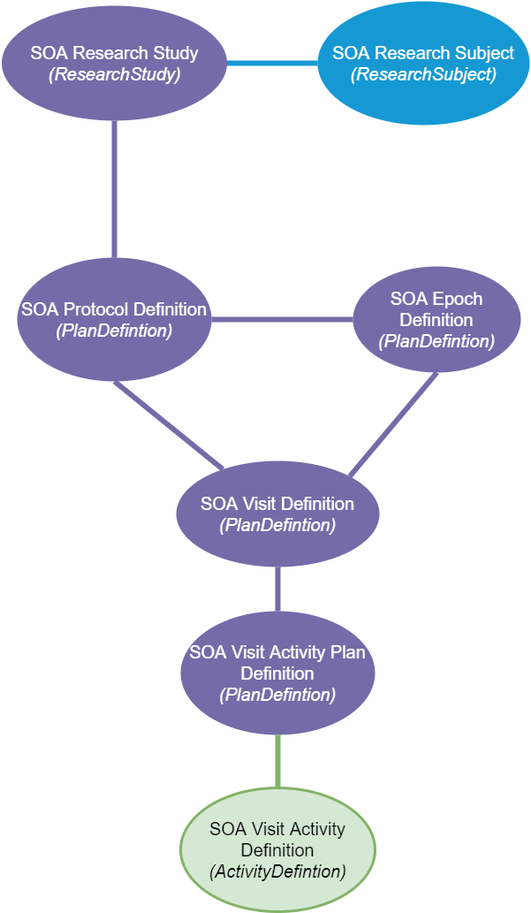
Above: ScheduleOfActivityIG/input/images/FHIR.png in phuse-org/fhir-schedule-of-activities-ig (draw.io), before the change. Source tidied: cells renumbered, new cells last; positions are measured from the earlier drawing's top-left corner, leaving out a move shared by most shapes.
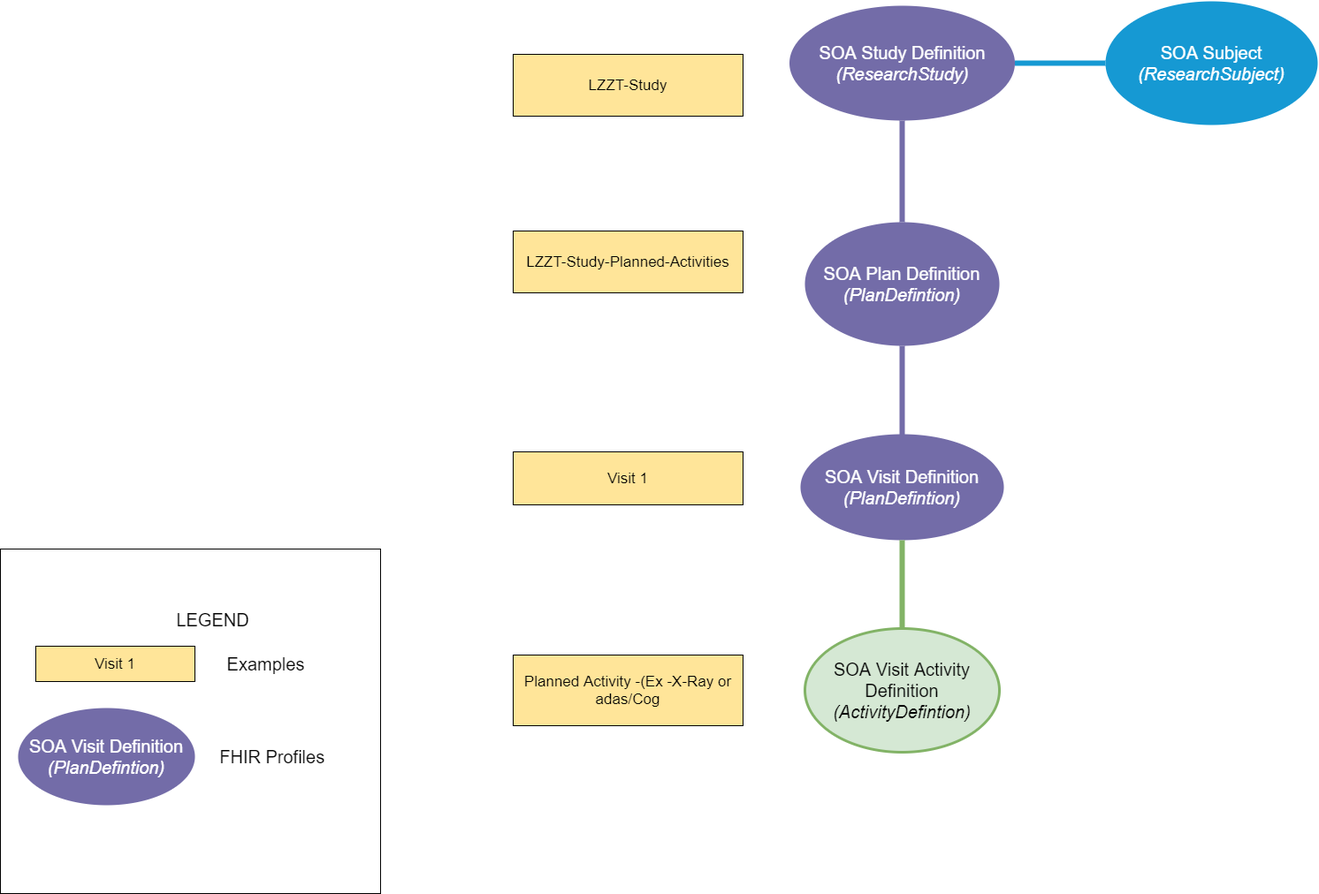
The same diagram one commit later.

Diff of the diagram source:
```diff
@@ -2,47 +2,64 @@
   <root>
     <mxCell id="0" />
     <mxCell id="1" parent="0" />
+    <mxCell id="16" style="rounded=0;whiteSpace=wrap;html=1;" parent="1" vertex="1">
+      <mxGeometry x="-892" y="620" width="430" height="390" as="geometry" />
+    </mxCell>
     <mxCell id="2" style="endArrow=none;strokeWidth=6;strokeColor=#1699D3;html=1;exitX=1;exitY=0.5;exitDx=0;exitDy=0;entryX=0;entryY=0.5;entryDx=0;entryDy=0;" parent="1" edge="1" source="4" target="7">
       <mxGeometry relative="1" as="geometry" />
     </mxCell>
     <mxCell id="3" style="endArrow=none;strokeWidth=6;strokeColor=#736ca8;html=1;entryX=0.5;entryY=0;entryDx=0;entryDy=0;exitX=0.5;exitY=1;exitDx=0;exitDy=0;" parent="1" edge="1" source="4" target="5">
       <mxGeometry relative="1" as="geometry" />
     </mxCell>
-    <mxCell id="4" value="SOA Research Study&lt;br&gt;&lt;i&gt;(ResearchStudy)&lt;/i&gt;" style="ellipse;whiteSpace=wrap;html=1;shadow=0;fontFamily=Helvetica;fontSize=20;align=center;strokeWidth=3;fillColor=#736ca8;strokeColor=none;fontColor=#FFFFFF;" parent="1" vertex="1">
+    <mxCell id="4" value="SOA Study Definition&lt;br&gt;&lt;i&gt;(ResearchStudy)&lt;/i&gt;" style="ellipse;whiteSpace=wrap;html=1;shadow=0;fontFamily=Helvetica;fontSize=20;align=center;strokeWidth=3;fillColor=#736ca8;strokeColor=none;fontColor=#FFFFFF;" parent="1" vertex="1">
       <mxGeometry x="0.5" y="5" width="255" height="130" as="geometry" />
     </mxCell>
-    <mxCell id="5" value="SOA Protocol Definition&lt;br&gt;&lt;i&gt;(PlanDefintion)&lt;/i&gt;" style="ellipse;whiteSpace=wrap;html=1;shadow=0;fontFamily=Helvetica;fontSize=20;fontColor=#FFFFFF;align=center;strokeWidth=3;fillColor=#736ca8;strokeColor=none;" parent="1" vertex="1">
-      <mxGeometry x="18" y="290" width="220" height="140" as="geometry" />
+    <mxCell id="5" value="SOA Plan Definition&lt;br&gt;&lt;i&gt;(PlanDefintion)&lt;/i&gt;" style="ellipse;whiteSpace=wrap;html=1;shadow=0;fontFamily=Helvetica;fontSize=20;fontColor=#FFFFFF;align=center;strokeWidth=3;fillColor=#736ca8;strokeColor=none;" parent="1" vertex="1">
+      <mxGeometry x="18" y="250" width="220" height="140" as="geometry" />
     </mxCell>
-    <mxCell id="6" value="SOA Epoch Definition&lt;br&gt;&lt;i&gt;(PlanDefintion)&lt;/i&gt;" style="ellipse;whiteSpace=wrap;html=1;shadow=0;fontFamily=Helvetica;fontSize=20;fontColor=#FFFFFF;align=center;strokeWidth=3;fillColor=#736ca8;strokeColor=none;" parent="1" vertex="1">
-      <mxGeometry x="398" y="300" width="190" height="120" as="geometry" />
-    </mxCell>
-    <mxCell id="7" value="SOA Research Subject&lt;i&gt;&lt;br&gt;(ResearchSubject)&lt;/i&gt;" style="ellipse;whiteSpace=wrap;html=1;shadow=0;fontFamily=Helvetica;fontSize=20;fontColor=#FFFFFF;align=center;strokeWidth=3;fillColor=#1699D3;strokeColor=none;" parent="1" vertex="1">
+    <mxCell id="7" value="SOA Subject&lt;i&gt;&lt;br&gt;(ResearchSubject)&lt;/i&gt;" style="ellipse;whiteSpace=wrap;html=1;shadow=0;fontFamily=Helvetica;fontSize=20;fontColor=#FFFFFF;align=center;strokeWidth=3;fillColor=#1699D3;strokeColor=none;" parent="1" vertex="1">
       <mxGeometry x="358" width="240" height="140" as="geometry" />
     </mxCell>
     <mxCell id="8" value="SOA Visit Definition&lt;br&gt;&lt;i&gt;(PlanDefintion)&lt;/i&gt;" style="ellipse;whiteSpace=wrap;html=1;shadow=0;fontFamily=Helvetica;fontSize=20;fontColor=#FFFFFF;align=center;strokeWidth=3;fillColor=#736ca8;strokeColor=none;" parent="1" vertex="1">
-      <mxGeometry x="198" y="520" width="230" height="120" as="geometry" />
+      <mxGeometry x="13" y="490" width="230" height="120" as="geometry" />
     </mxCell>
-    <mxCell id="9" style="endArrow=none;strokeWidth=6;strokeColor=#736ca8;html=1;entryX=1;entryY=0.5;entryDx=0;entryDy=0;exitX=0;exitY=0.5;exitDx=0;exitDy=0;" parent="1" edge="1" source="6" target="5">
-      <mxGeometry relative="1" as="geometry" />
-    </mxCell>
-    <mxCell id="10" style="endArrow=none;strokeWidth=6;strokeColor=#736ca8;html=1;entryX=1;entryY=0;entryDx=0;entryDy=0;exitX=0.5;exitY=1;exitDx=0;exitDy=0;" parent="1" edge="1" source="6" target="8">
-      <mxGeometry relative="1" as="geometry" />
-    </mxCell>
-    <mxCell id="11" style="endArrow=none;strokeWidth=6;strokeColor=#736ca8;html=1;entryX=0.5;entryY=1;entryDx=0;entryDy=0;" parent="1" edge="1" source="8" target="5">
-      <mxGeometry relative="1" as="geometry" />
-    </mxCell>
-    <mxCell id="12" value="SOA Visit Activity Plan Definition&lt;br&gt;&lt;i&gt;(PlanDefintion)&lt;/i&gt;" style="ellipse;whiteSpace=wrap;html=1;shadow=0;fontFamily=Helvetica;fontSize=20;fontColor=#FFFFFF;align=center;strokeWidth=3;fillColor=#736ca8;strokeColor=none;" parent="1" vertex="1">
-      <mxGeometry x="203" y="690" width="220" height="140" as="geometry" />
-    </mxCell>
     <mxCell id="13" value="SOA Visit Activity Definition&lt;br&gt;&lt;i&gt;(ActivityDefintion)&lt;/i&gt;" style="ellipse;whiteSpace=wrap;html=1;shadow=0;fontFamily=Helvetica;fontSize=20;align=center;strokeWidth=3;fillColor=#d5e8d4;strokeColor=#82b366;" parent="1" vertex="1">
-      <mxGeometry x="203" y="890" width="220" height="140" as="geometry" />
+      <mxGeometry x="18" y="710" width="220" height="140" as="geometry" />
     </mxCell>
-    <mxCell id="14" style="endArrow=none;strokeWidth=6;strokeColor=#736ca8;html=1;entryX=0.5;entryY=1;entryDx=0;entryDy=0;exitX=0.5;exitY=0;exitDx=0;exitDy=0;" parent="1" edge="1" source="12" target="8">
-      <mxGeometry relative="1" as="geometry" />
+    <mxCell id="14" style="endArrow=none;strokeWidth=6;strokeColor=#736ca8;html=1;exitX=0.5;exitY=1;exitDx=0;exitDy=0;" parent="1" edge="1" source="5">
+      <mxGeometry relative="1" as="geometry">
+        <mxPoint x="128" y="530" as="targetPoint" />
+      </mxGeometry>
     </mxCell>
-    <mxCell id="15" style="endArrow=none;strokeWidth=6;strokeColor=#82b366;html=1;entryX=0.5;entryY=0;entryDx=0;entryDy=0;exitX=0.5;exitY=1;exitDx=0;exitDy=0;fillColor=#d5e8d4;" parent="1" edge="1" source="12" target="13">
+    <mxCell id="15" style="endArrow=none;strokeWidth=6;strokeColor=#82b366;html=1;entryX=0.5;entryY=0;entryDx=0;entryDy=0;exitX=0.5;exitY=1;exitDx=0;exitDy=0;fillColor=#d5e8d4;" parent="1" edge="1" source="8" target="13">
       <mxGeometry relative="1" as="geometry" />
     </mxCell>
+    <mxCell id="17" value="&lt;span style=&quot;font-size: 17px&quot;&gt;Planned Activity -(Ex -X-Ray or adas/Cog&lt;/span&gt;" style="rounded=0;whiteSpace=wrap;html=1;fillColor=#FFE599;" parent="1" vertex="1">
+      <mxGeometry x="-312" y="740" width="260" height="80" as="geometry" />
+    </mxCell>
+    <mxCell id="18" value="&lt;span style=&quot;font-size: 17px&quot;&gt;Visit 1&lt;/span&gt;" style="rounded=0;whiteSpace=wrap;html=1;fillColor=#FFE599;" parent="1" vertex="1">
+      <mxGeometry x="-312" y="510" width="260" height="60" as="geometry" />
+    </mxCell>
+    <mxCell id="19" value="&lt;span style=&quot;font-size: 17px&quot;&gt;LZZT-Study-Planned-Activities&lt;/span&gt;" style="rounded=0;whiteSpace=wrap;html=1;fillColor=#FFE599;" parent="1" vertex="1">
+      <mxGeometry x="-312" y="260" width="260" height="70" as="geometry" />
+    </mxCell>
+    <mxCell id="20" value="&lt;span style=&quot;font-size: 17px&quot;&gt;LZZT-Study&lt;/span&gt;" style="rounded=0;whiteSpace=wrap;html=1;fillColor=#FFE599;" parent="1" vertex="1">
+      <mxGeometry x="-312" y="60" width="260" height="70" as="geometry" />
+    </mxCell>
+    <mxCell id="21" value="&lt;span style=&quot;font-size: 17px&quot;&gt;Visit 1&lt;/span&gt;" style="rounded=0;whiteSpace=wrap;html=1;fillColor=#FFE599;" parent="1" vertex="1">
+      <mxGeometry x="-852" y="730" width="180" height="40" as="geometry" />
+    </mxCell>
+    <mxCell id="22" value="&lt;font style=&quot;font-size: 20px&quot;&gt;LEGEND&lt;/font&gt;" style="text;html=1;align=center;verticalAlign=middle;" parent="1" vertex="1">
+      <mxGeometry x="-702" y="690" width="100" height="20" as="geometry" />
+    </mxCell>
+    <mxCell id="23" value="&lt;font style=&quot;font-size: 20px&quot;&gt;Examples&lt;/font&gt;" style="text;html=1;align=center;verticalAlign=middle;" parent="1" vertex="1">
+      <mxGeometry x="-642" y="740" width="100" height="20" as="geometry" />
+    </mxCell>
+    <mxCell id="24" value="SOA Visit Definition&lt;br&gt;&lt;i&gt;(PlanDefintion)&lt;/i&gt;" style="ellipse;whiteSpace=wrap;html=1;shadow=0;fontFamily=Helvetica;fontSize=20;fontColor=#FFFFFF;align=center;strokeWidth=3;fillColor=#736ca8;strokeColor=none;" parent="1" vertex="1">
+      <mxGeometry x="-872" y="800" width="200" height="110" as="geometry" />
+    </mxCell>
+    <mxCell id="25" value="&lt;font style=&quot;font-size: 20px&quot;&gt;FHIR Profiles&amp;nbsp;&lt;/font&gt;" style="text;html=1;align=center;verticalAlign=middle;" parent="1" vertex="1">
+      <mxGeometry x="-652" y="845" width="140" height="20" as="geometry" />
+    </mxCell>
   </root>
 </mxGraphModel>
```
